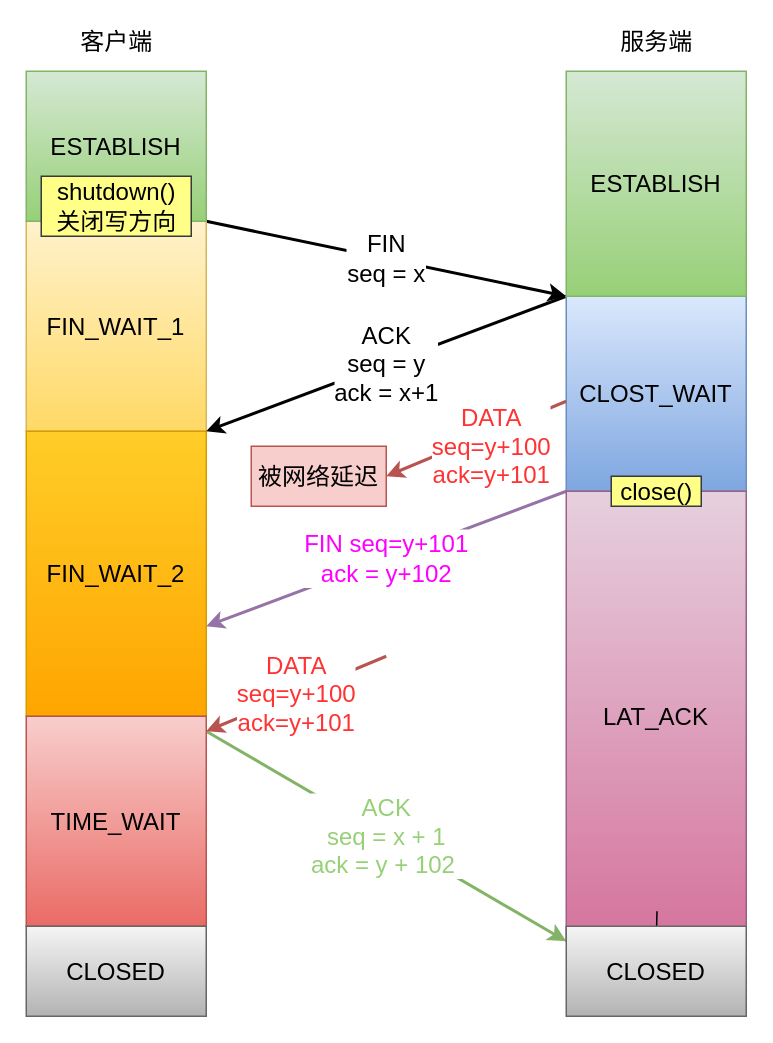
This is 杂/tcp乱序处理结果.drawio from xiaolincoder/ImageHost4, a draw.io file, before an edit. Source tidied: cells renumbered, new cells numbered last; positions are measured from the earlier drawing's top-left corner, leaving out a move shared by most shapes. Both pictures are drawn from the tidied source at 150%, with x=0, y=0 at pixel (26, 26).
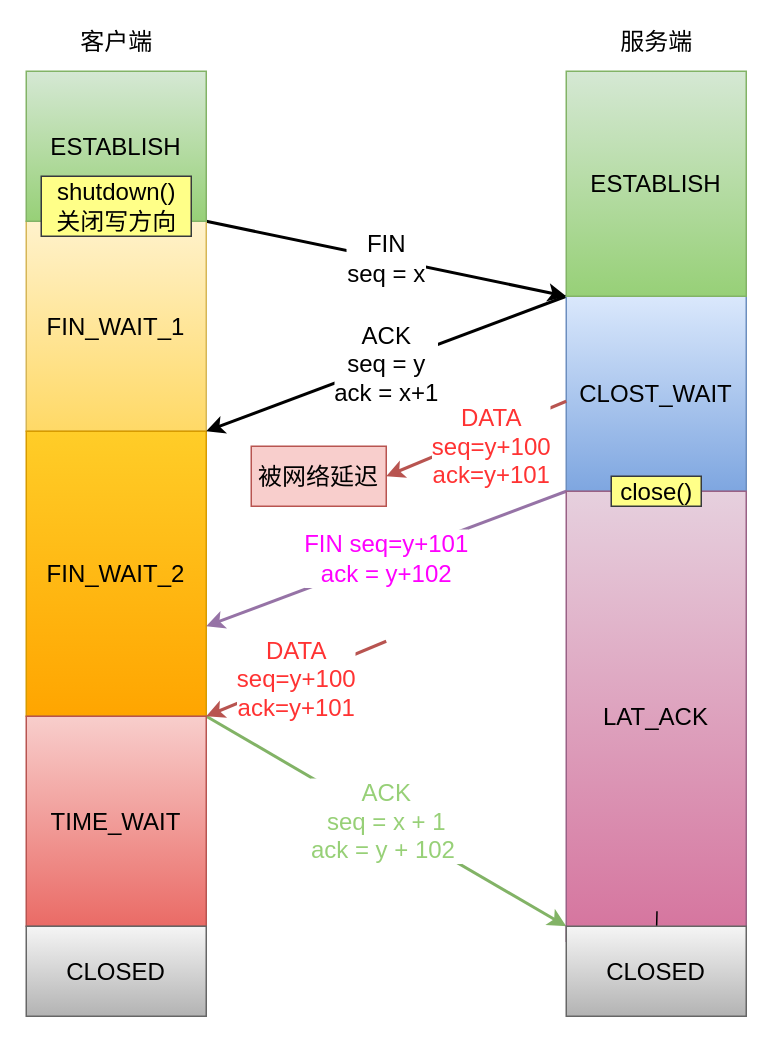
The same diagram, later.

Commit message (it also covers changes not shown here):
更新tcp乱序处理结果.drawio

The change refers to these unchanged cells:
```xml
<mxCell id="6" value="TIME_WAIT" style="rounded=0;whiteSpace=wrap;html=1;fontSize=16;gradientColor=#ea6b66;fillColor=#f8cecc;strokeColor=#b85450;" parent="1" vertex="1">
  <mxGeometry y="460" width="120" height="140" as="geometry" />
</mxCell>
<mxCell id="14" value="CLOSED" style="rounded=0;whiteSpace=wrap;html=1;fontSize=16;gradientColor=#b3b3b3;fillColor=#f5f5f5;strokeColor=#666666;" parent="1" vertex="1">
  <mxGeometry x="360" y="600" width="120" height="60" as="geometry" />
</mxCell>
```

Diff of the diagram source:
```diff
@@
-    <mxCell id="5" value="&lt;font color=&quot;#97d077&quot; style=&quot;font-size: 16px;&quot;&gt;ACK&lt;br style=&quot;font-size: 16px;&quot;&gt;seq = x + 1&lt;br style=&quot;font-size: 16px;&quot;&gt;ack = y + 102&amp;nbsp;&lt;/font&gt;" style="rounded=0;orthogonalLoop=1;jettySize=auto;html=1;entryX=0;entryY=0;entryDx=0;entryDy=0;exitX=1;exitY=0;exitDx=0;exitDy=0;fillColor=#d5e8d4;strokeColor=#82b366;strokeWidth=2;fontSize=16;" parent="1" edge="1">
-      <mxGeometry relative="1" as="geometry">
-        <mxPoint x="120" y="470" as="sourcePoint" />
-        <mxPoint x="360" y="610" as="targetPoint" />
-      </mxGeometry>
+    <mxCell id="5" value="&lt;font color=&quot;#97d077&quot; style=&quot;font-size: 16px;&quot;&gt;ACK&lt;br style=&quot;font-size: 16px;&quot;&gt;seq = x + 1&lt;br style=&quot;font-size: 16px;&quot;&gt;ack = y + 102&amp;nbsp;&lt;/font&gt;" style="rounded=0;jettySize=auto;html=1;entryX=0;entryY=0;entryDx=0;entryDy=0;exitX=1;exitY=0;exitDx=0;exitDy=0;fillColor=#d5e8d4;strokeColor=#82b366;strokeWidth=2;fontSize=16;" parent="1" edge="1" source="6" target="14">
+      <mxGeometry relative="1" as="geometry" />
     </mxCell>
@@
     <mxCell id="24" value="&lt;span style=&quot;color: rgb(255 , 51 , 51)&quot;&gt;DATA&lt;/span&gt;&lt;br style=&quot;color: rgb(255 , 51 , 51)&quot;&gt;&lt;span style=&quot;color: rgb(255 , 51 , 51)&quot;&gt;seq=y+100&lt;/span&gt;&lt;br style=&quot;color: rgb(255 , 51 , 51)&quot;&gt;&lt;span style=&quot;color: rgb(255 , 51 , 51)&quot;&gt;ack=y+101&lt;/span&gt;&lt;font color=&quot;#ff3333&quot;&gt;&lt;br&gt;&lt;/font&gt;" style="edgeStyle=none;rounded=0;orthogonalLoop=1;jettySize=auto;html=1;fontSize=16;strokeWidth=2;fillColor=#f8cecc;strokeColor=#b85450;" parent="1" edge="1">
       <mxGeometry relative="1" as="geometry">
-        <mxPoint x="240" y="420" as="sourcePoint" />
-        <mxPoint x="120" y="470" as="targetPoint" />
+        <mxPoint x="240" y="410" as="sourcePoint" />
+        <mxPoint x="120" y="460" as="targetPoint" />
       </mxGeometry>
     </mxCell>
```
